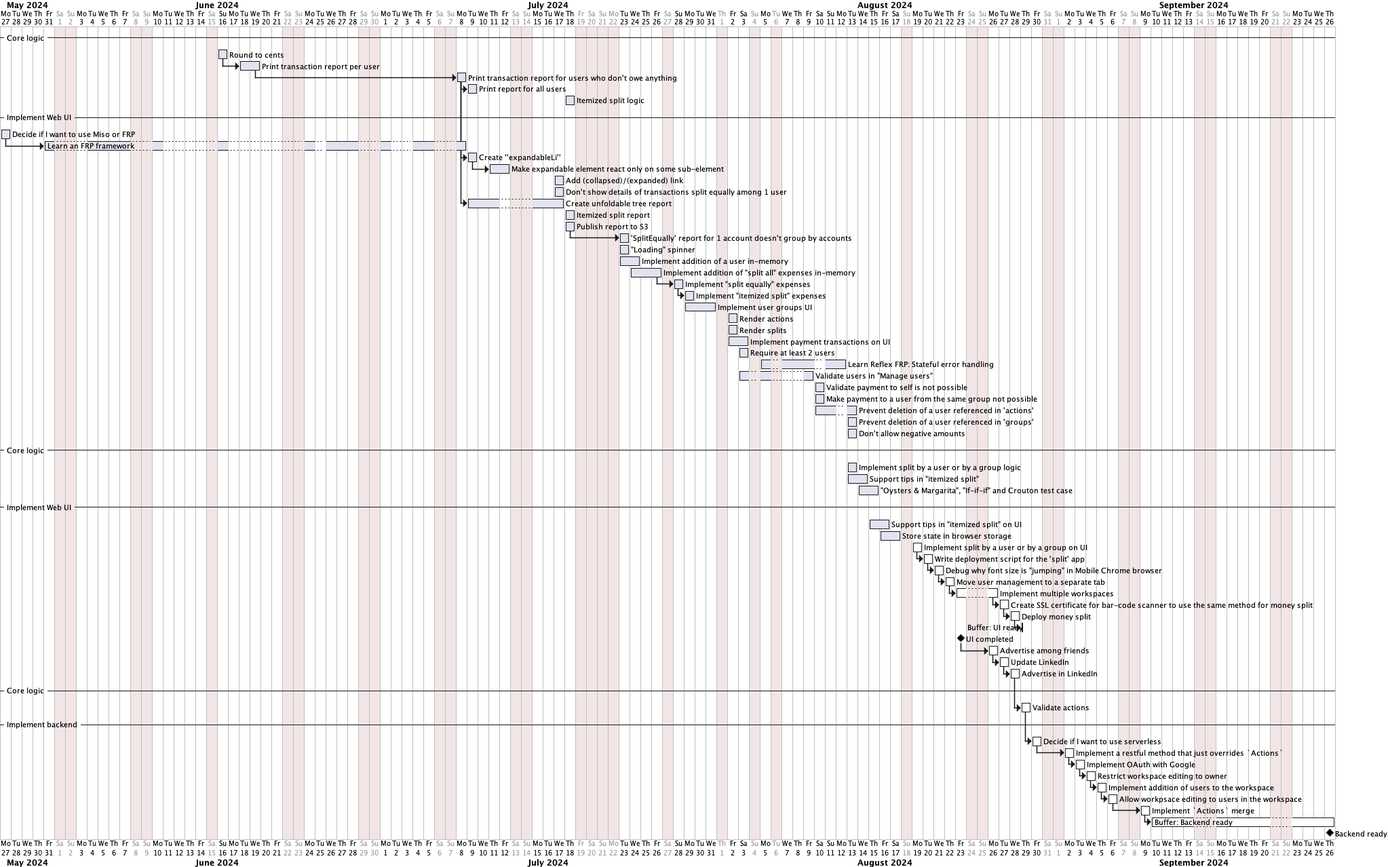
Earlier version of the PlantUML export plan.png (tellary/split).
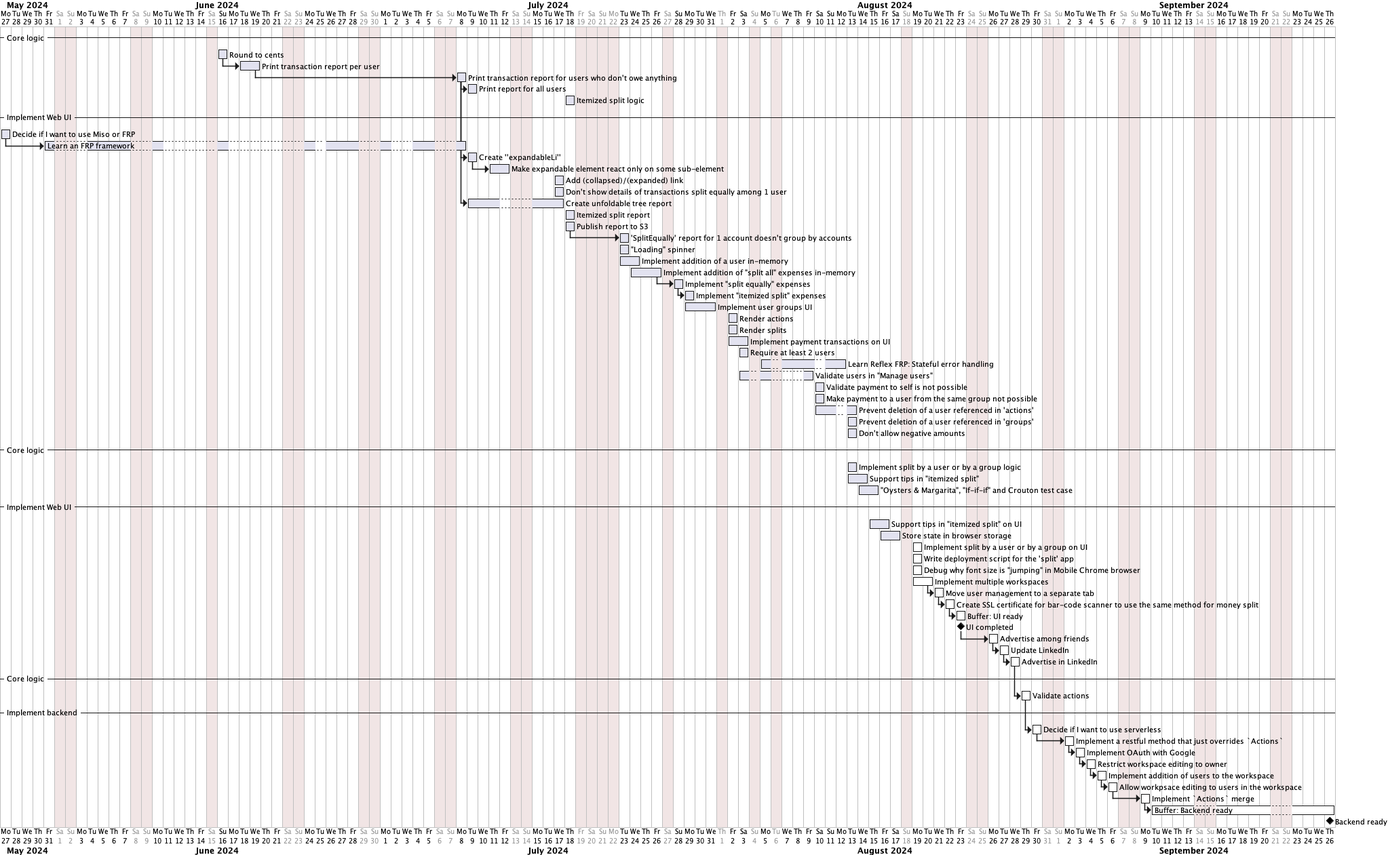
The same file after the commit.

What changed in the source:
```diff
@@ -81,14 +81,14 @@
 
 [Support tips in "itemized split" on UI] is 100% completed and starts on 2024-08-15 and ends on 2024-08-16
 [Store state in browser storage] is 100% completed and requires 2 days and starts on 2024-08-16
+today is 2024-08-19
 [Implement split by a user or by a group on UI] is 0% completed and starts on 2024-08-19
-then [Write deployment script for the 'split' app] is 0% completed
-then [Debug why font size is "jumping" in Mobile Chrome browser] is 0% completed
+[Write deployment script for the 'split' app] is 0% completed and starts on 2024-08-19
+[Debug why font size is "jumping" in Mobile Chrome browser] is 0% completed and starts on 2024-08-19
+[Implement multiple workspaces] is 0% completed and requires 2 days and starts on 2024-08-19
 then [Move user management to a separate tab] is 0% completed
 2024-08-17 is open
-then [Implement multiple workspaces] is 0% completed and requires 2 days
 then [Create SSL certificate for bar-code scanner to use the same method for money split] is 0% completed
-then [Deploy money split] is 0% completed
 then [Buffer: UI ready] ends on 2024-08-23 and is 0% completed
 [UI completed] happens on 2024-08-23
 then [Advertise among friends] is 0% completed
```
